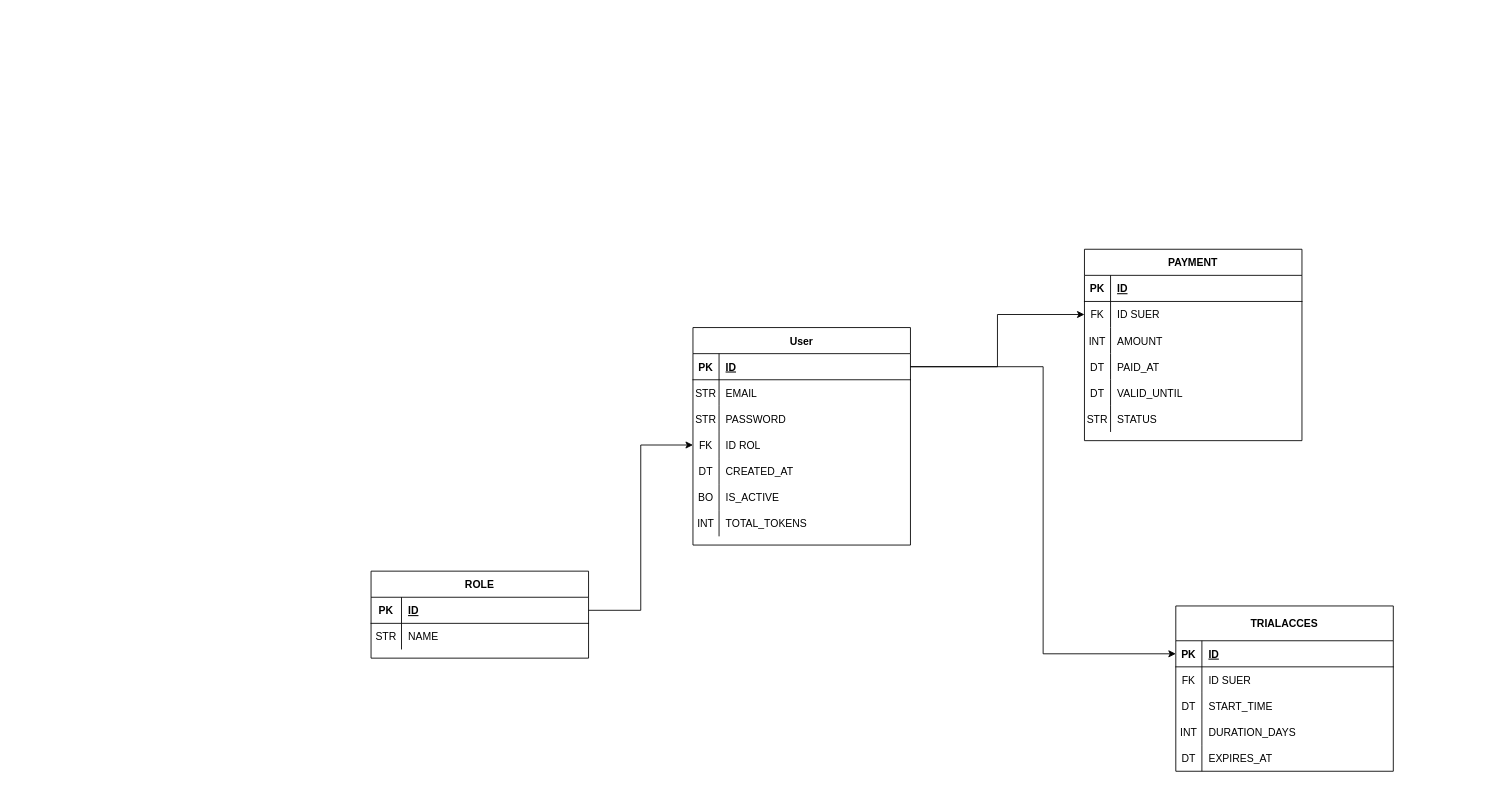
Earlier version of the draw.io diagram DB.drawio (info-iactiva/next-gac-content-plataform). Source tidied: cells renumbered, new cells numbered last; positions are measured from the earlier drawing's top-left corner, leaving out a move shared by most shapes. Both pictures are drawn from the tidied source at 87%, with x=0, y=0 at pixel (371, 249).
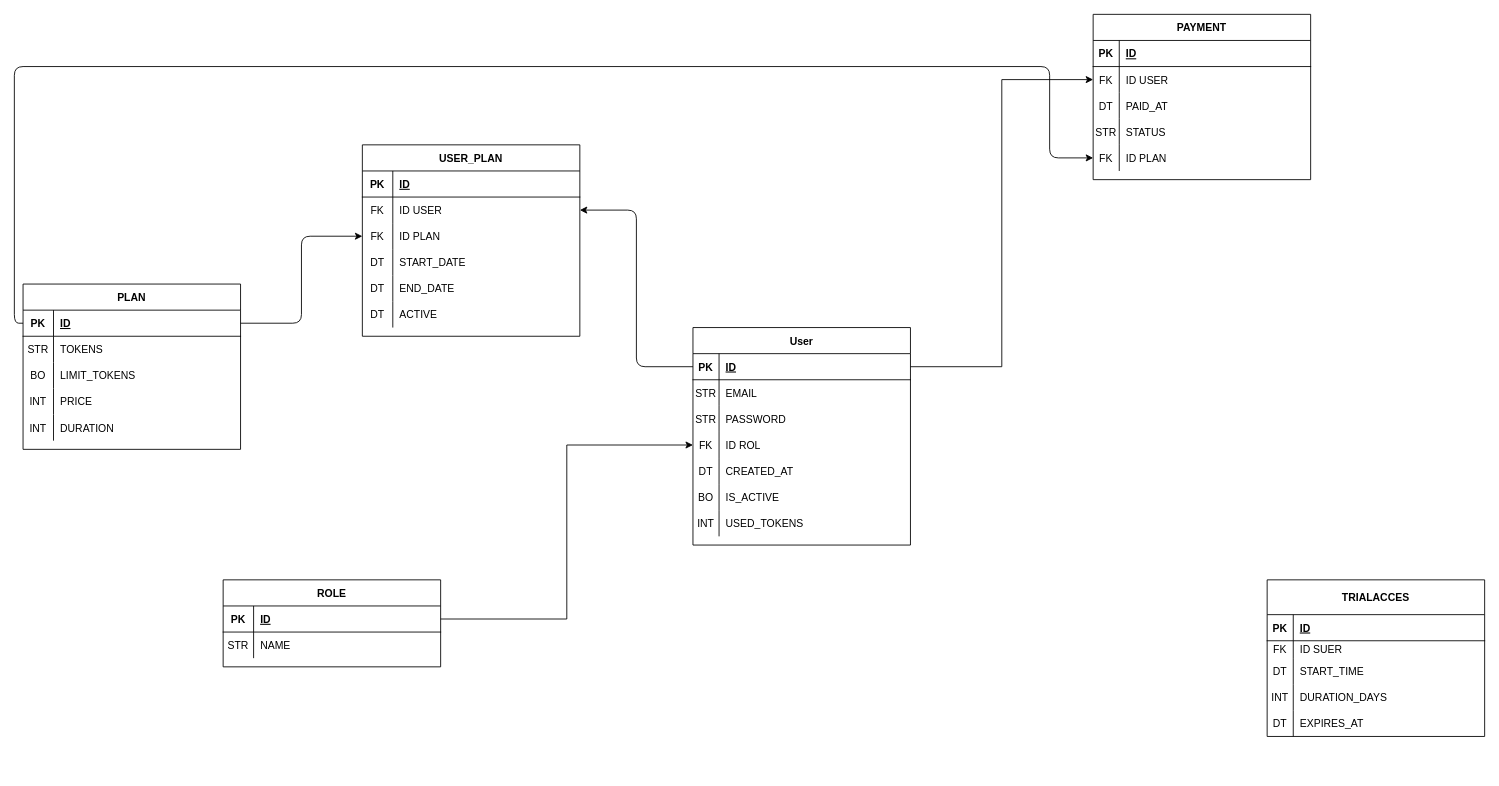
Above is the later version.

The change refers to these unchanged cells:
```xml
<mxCell id="13" style="shape=partialRectangle;fillColor=none;points=[[0,0.5],[1,0.5]];portConstraint=eastwest;top=0;left=0;right=0;bottom=0;" parent="9" vertex="1">
  <mxGeometry y="60" width="250" height="30" as="geometry" />
</mxCell>
<mxCell id="29" style="shape=partialRectangle;fillColor=none;points=[[0,0.5],[1,0.5]];portConstraint=eastwest;top=0;left=0;right=0;bottom=1;" parent="28" vertex="1">
  <mxGeometry y="30" width="250" height="30" as="geometry" />
</mxCell>
<mxCell id="47" style="shape=partialRectangle;fillColor=none;top=0;left=0;right=0;bottom=0;" parent="28" vertex="1">
  <mxGeometry y="210" width="250" height="30" as="geometry" />
</mxCell>
<mxCell id="51" style="shape=partialRectangle;fillColor=none;points=[[0,0.5],[1,0.5]];portConstraint=eastwest;top=0;left=0;right=0;bottom=1;" parent="50" vertex="1">
  <mxGeometry y="40" width="250" height="30" as="geometry" />
</mxCell>
```

Change to the diagram source:
```diff
@@
     <mxCell id="2" value="ROLE" style="shape=table;startSize=30;childLayout=tableLayout;rowLines=0;fontStyle=1;align=center;" parent="1" vertex="1">
-      <mxGeometry y="370" width="250" height="100" as="geometry" />
+      <mxGeometry x="-170" y="380" width="250" height="100" as="geometry" />
     </mxCell>
@@
     <mxCell id="9" value="PAYMENT" style="shape=table;startSize=30;childLayout=tableLayout;rowLines=0;fontStyle=1;align=center;" parent="1" vertex="1">
-      <mxGeometry x="820" width="250" height="220" as="geometry" />
+      <mxGeometry x="830" y="-270" width="250" height="190" as="geometry" />
     </mxCell>
@@
-    <mxCell id="15" value="ID SUER" style="shape=partialRectangle;overflow=hidden;fillColor=none;top=0;left=0;bottom=0;right=0;align=left;spacingLeft=6;" parent="13" vertex="1">
+    <mxCell id="15" value="ID USER" style="shape=partialRectangle;overflow=hidden;fillColor=none;top=0;left=0;bottom=0;right=0;align=left;spacingLeft=6;" parent="13" vertex="1">
       <mxGeometry x="30" width="220" height="30" as="geometry" />
     </mxCell>
-    <mxCell id="16" style="shape=partialRectangle;fillColor=none;top=0;left=0;right=0;bottom=0;" parent="9" vertex="1">
-      <mxGeometry y="90" width="250" height="30" as="geometry" />
-    </mxCell>
-    <mxCell id="17" value="INT" style="shape=partialRectangle;overflow=hidden;fillColor=none;top=0;left=0;bottom=0;right=0;" parent="16" vertex="1">
-      <mxGeometry width="30" height="30" as="geometry" />
-    </mxCell>
-    <mxCell id="18" value="AMOUNT" style="shape=partialRectangle;overflow=hidden;fillColor=none;top=0;left=0;bottom=0;right=0;align=left;spacingLeft=6;" parent="16" vertex="1">
-      <mxGeometry x="30" width="220" height="30" as="geometry" />
-    </mxCell>
     <mxCell id="19" style="shape=partialRectangle;fillColor=none;top=0;left=0;right=0;bottom=0;" parent="9" vertex="1">
-      <mxGeometry y="120" width="250" height="30" as="geometry" />
+      <mxGeometry y="90" width="250" height="30" as="geometry" />
     </mxCell>
@@
-    <mxCell id="22" style="shape=partialRectangle;fillColor=none;top=0;left=0;right=0;bottom=0;" parent="9" vertex="1">
-      <mxGeometry y="150" width="250" height="30" as="geometry" />
-    </mxCell>
-    <mxCell id="23" value="DT" style="shape=partialRectangle;overflow=hidden;fillColor=none;top=0;left=0;bottom=0;right=0;" parent="22" vertex="1">
-      <mxGeometry width="30" height="30" as="geometry" />
-    </mxCell>
-    <mxCell id="24" value="VALID_UNTIL" style="shape=partialRectangle;overflow=hidden;fillColor=none;top=0;left=0;bottom=0;right=0;align=left;spacingLeft=6;" parent="22" vertex="1">
-      <mxGeometry x="30" width="220" height="30" as="geometry" />
-    </mxCell>
     <mxCell id="25" style="shape=partialRectangle;fillColor=none;top=0;left=0;right=0;bottom=0;" parent="9" vertex="1">
-      <mxGeometry y="180" width="250" height="30" as="geometry" />
+      <mxGeometry y="120" width="250" height="30" as="geometry" />
     </mxCell>
@@
+    <mxCell id="69" style="shape=partialRectangle;fillColor=none;points=[[0,0.5],[1,0.5]];portConstraint=eastwest;top=0;left=0;right=0;bottom=0;" parent="9" vertex="1">
+      <mxGeometry y="150" width="250" height="30" as="geometry" />
+    </mxCell>
+    <mxCell id="70" value="FK" style="shape=partialRectangle;overflow=hidden;fillColor=none;top=0;left=0;bottom=0;right=0;" parent="69" vertex="1">
+      <mxGeometry width="30" height="30" as="geometry" />
+    </mxCell>
+    <mxCell id="71" value="ID PLAN" style="shape=partialRectangle;overflow=hidden;fillColor=none;top=0;left=0;bottom=0;right=0;align=left;spacingLeft=6;" parent="69" vertex="1">
+      <mxGeometry x="30" width="220" height="30" as="geometry" />
+    </mxCell>
@@
-    <mxCell id="49" value="TOTAL_TOKENS" style="shape=partialRectangle;overflow=hidden;fillColor=none;top=0;left=0;bottom=0;right=0;align=left;spacingLeft=6;" parent="47" vertex="1">
+    <mxCell id="49" value="USED_TOKENS" style="shape=partialRectangle;overflow=hidden;fillColor=none;top=0;left=0;bottom=0;right=0;align=left;spacingLeft=6;" parent="47" vertex="1">
       <mxGeometry x="30" width="220" height="30" as="geometry" />
     </mxCell>
     <mxCell id="50" value="TRIALACCES" style="shape=table;startSize=40;childLayout=tableLayout;rowLines=0;fontStyle=1;align=center;" parent="1" vertex="1">
-      <mxGeometry x="925" y="410" width="250" height="190" as="geometry" />
+      <mxGeometry x="1030" y="380" width="250" height="180" as="geometry" />
     </mxCell>
@@
     <mxCell id="54" style="shape=partialRectangle;fillColor=none;top=0;left=0;right=0;bottom=0;" parent="50" vertex="1">
-      <mxGeometry y="70" width="250" height="30" as="geometry" />
+      <mxGeometry y="70" width="250" height="20" as="geometry" />
     </mxCell>
     <mxCell id="55" value="FK" style="shape=partialRectangle;overflow=hidden;fillColor=none;top=0;left=0;bottom=0;right=0;" parent="54" vertex="1">
-      <mxGeometry width="30" height="30" as="geometry" />
+      <mxGeometry width="30" height="20" as="geometry" />
     </mxCell>
     <mxCell id="56" value="ID SUER" style="shape=partialRectangle;overflow=hidden;fillColor=none;top=0;left=0;bottom=0;right=0;align=left;spacingLeft=6;" parent="54" vertex="1">
-      <mxGeometry x="30" width="220" height="30" as="geometry" />
+      <mxGeometry x="30" width="220" height="20" as="geometry" />
     </mxCell>
     <mxCell id="57" style="shape=partialRectangle;fillColor=none;top=0;left=0;right=0;bottom=0;" parent="50" vertex="1">
-      <mxGeometry y="100" width="250" height="30" as="geometry" />
+      <mxGeometry y="90" width="250" height="30" as="geometry" />
     </mxCell>
@@
     <mxCell id="60" style="shape=partialRectangle;fillColor=none;top=0;left=0;right=0;bottom=0;" parent="50" vertex="1">
-      <mxGeometry y="130" width="250" height="30" as="geometry" />
+      <mxGeometry y="120" width="250" height="30" as="geometry" />
     </mxCell>
@@
     <mxCell id="63" style="shape=partialRectangle;fillColor=none;top=0;left=0;right=0;bottom=0;" parent="50" vertex="1">
-      <mxGeometry y="160" width="250" height="30" as="geometry" />
+      <mxGeometry y="150" width="250" height="30" as="geometry" />
     </mxCell>
@@
-    <mxCell id="67" style="edgeStyle=orthogonalEdgeStyle;rounded=0;jettySize=auto;html=1;exitX=1;exitY=0.5;exitDx=0;exitDy=0;entryX=0;entryY=0.5;entryDx=0;entryDy=0;" parent="1" edge="1" source="29" target="51">
-      <mxGeometry relative="1" as="geometry" />
-    </mxCell>
@@
+    <mxCell id="72" value="PLAN" style="shape=table;startSize=30;childLayout=tableLayout;rowLines=0;fontStyle=1;align=center;" parent="1" vertex="1">
+      <mxGeometry x="-400" y="40" width="250" height="190" as="geometry" />
+    </mxCell>
+    <mxCell id="73" style="shape=partialRectangle;fillColor=none;points=[[0,0.5],[1,0.5]];portConstraint=eastwest;top=0;left=0;right=0;bottom=1;" parent="72" vertex="1">
+      <mxGeometry y="30" width="250" height="30" as="geometry" />
+    </mxCell>
+    <mxCell id="74" value="PK" style="shape=partialRectangle;overflow=hidden;fillColor=none;top=0;left=0;bottom=0;right=0;fontStyle=1;" parent="73" vertex="1">
+      <mxGeometry width="35" height="30" as="geometry" />
+    </mxCell>
+    <mxCell id="75" value="ID" style="shape=partialRectangle;overflow=hidden;fillColor=none;top=0;left=0;bottom=0;right=0;align=left;spacingLeft=6;fontStyle=5;" parent="73" vertex="1">
+      <mxGeometry x="35" width="215" height="30" as="geometry" />
+    </mxCell>
+    <mxCell id="76" style="shape=partialRectangle;fillColor=none;top=0;left=0;right=0;bottom=0;" parent="72" vertex="1">
+      <mxGeometry y="60" width="250" height="30" as="geometry" />
+    </mxCell>
+    <mxCell id="77" value="STR" style="shape=partialRectangle;overflow=hidden;fillColor=none;top=0;left=0;bottom=0;right=0;" parent="76" vertex="1">
+      <mxGeometry width="35" height="30" as="geometry" />
+    </mxCell>
+    <mxCell id="78" value="TOKENS" style="shape=partialRectangle;overflow=hidden;fillColor=none;top=0;left=0;bottom=0;right=0;align=left;spacingLeft=6;" parent="76" vertex="1">
+      <mxGeometry x="35" width="215" height="30" as="geometry" />
+    </mxCell>
+    <mxCell id="79" style="shape=partialRectangle;fillColor=none;top=0;left=0;right=0;bottom=0;" parent="72" vertex="1">
+      <mxGeometry y="90" width="250" height="30" as="geometry" />
+    </mxCell>
+    <mxCell id="80" value="BO" style="shape=partialRectangle;overflow=hidden;fillColor=none;top=0;left=0;bottom=0;right=0;" parent="79" vertex="1">
+      <mxGeometry width="35" height="30" as="geometry" />
+    </mxCell>
+    <mxCell id="81" value="LIMIT_TOKENS" style="shape=partialRectangle;overflow=hidden;fillColor=none;top=0;left=0;bottom=0;right=0;align=left;spacingLeft=6;" parent="79" vertex="1">
+      <mxGeometry x="35" width="215" height="30" as="geometry" />
+    </mxCell>
+    <mxCell id="82" style="shape=partialRectangle;fillColor=none;top=0;left=0;right=0;bottom=0;" parent="72" vertex="1">
+      <mxGeometry y="120" width="250" height="30" as="geometry" />
+    </mxCell>
+    <mxCell id="83" value="INT" style="shape=partialRectangle;overflow=hidden;fillColor=none;top=0;left=0;bottom=0;right=0;" parent="82" vertex="1">
+      <mxGeometry width="35" height="30" as="geometry" />
+    </mxCell>
+    <mxCell id="84" value="PRICE" style="shape=partialRectangle;overflow=hidden;fillColor=none;top=0;left=0;bottom=0;right=0;align=left;spacingLeft=6;" parent="82" vertex="1">
+      <mxGeometry x="35" width="215" height="30" as="geometry" />
+    </mxCell>
+    <mxCell id="85" style="shape=partialRectangle;fillColor=none;top=0;left=0;right=0;bottom=0;" parent="72" vertex="1">
+      <mxGeometry y="150" width="250" height="30" as="geometry" />
+    </mxCell>
+    <mxCell id="86" value="INT" style="shape=partialRectangle;overflow=hidden;fillColor=none;top=0;left=0;bottom=0;right=0;" parent="85" vertex="1">
+      <mxGeometry width="35" height="30" as="geometry" />
+    </mxCell>
+    <mxCell id="87" value="DURATION" style="shape=partialRectangle;overflow=hidden;fillColor=none;top=0;left=0;bottom=0;right=0;align=left;spacingLeft=6;" parent="85" vertex="1">
+      <mxGeometry x="35" width="215" height="30" as="geometry" />
+    </mxCell>
+    <mxCell id="88" value="USER_PLAN" style="shape=table;startSize=30;childLayout=tableLayout;rowLines=0;fontStyle=1;align=center;" parent="1" vertex="1">
+      <mxGeometry x="-10" y="-120" width="250" height="220" as="geometry" />
+    </mxCell>
+    <mxCell id="89" style="shape=partialRectangle;fillColor=none;top=0;left=0;right=0;bottom=1;" parent="88" vertex="1">
+      <mxGeometry y="30" width="250" height="30" as="geometry" />
+    </mxCell>
+    <mxCell id="90" value="PK" style="shape=partialRectangle;overflow=hidden;fillColor=none;top=0;left=0;bottom=0;right=0;fontStyle=1;" parent="89" vertex="1">
+      <mxGeometry width="35" height="30" as="geometry" />
+    </mxCell>
+    <mxCell id="91" value="ID" style="shape=partialRectangle;overflow=hidden;fillColor=none;top=0;left=0;bottom=0;right=0;align=left;spacingLeft=6;fontStyle=5;" parent="89" vertex="1">
+      <mxGeometry x="35" width="215" height="30" as="geometry" />
+    </mxCell>
+    <mxCell id="92" style="shape=partialRectangle;fillColor=none;points=[[0,0.5],[1,0.5]];portConstraint=eastwest;top=0;left=0;right=0;bottom=0;" parent="88" vertex="1">
+      <mxGeometry y="60" width="250" height="30" as="geometry" />
+    </mxCell>
+    <mxCell id="93" value="FK" style="shape=partialRectangle;overflow=hidden;fillColor=none;top=0;left=0;bottom=0;right=0;" parent="92" vertex="1">
+      <mxGeometry width="35" height="30" as="geometry" />
+    </mxCell>
+    <mxCell id="94" value="ID USER" style="shape=partialRectangle;overflow=hidden;fillColor=none;top=0;left=0;bottom=0;right=0;align=left;spacingLeft=6;" parent="92" vertex="1">
+      <mxGeometry x="35" width="215" height="30" as="geometry" />
+    </mxCell>
+    <mxCell id="95" style="shape=partialRectangle;fillColor=none;points=[[0,0.5],[1,0.5]];portConstraint=eastwest;top=0;left=0;right=0;bottom=0;" parent="88" vertex="1">
+      <mxGeometry y="90" width="250" height="30" as="geometry" />
+    </mxCell>
+    <mxCell id="96" value="FK" style="shape=partialRectangle;overflow=hidden;fillColor=none;top=0;left=0;bottom=0;right=0;" parent="95" vertex="1">
+      <mxGeometry width="35" height="30" as="geometry" />
+    </mxCell>
+    <mxCell id="97" value="ID PLAN" style="shape=partialRectangle;overflow=hidden;fillColor=none;top=0;left=0;bottom=0;right=0;align=left;spacingLeft=6;" parent="95" vertex="1">
+      <mxGeometry x="35" width="215" height="30" as="geometry" />
+    </mxCell>
+    <mxCell id="98" style="shape=partialRectangle;fillColor=none;top=0;left=0;right=0;bottom=0;" parent="88" vertex="1">
+      <mxGeometry y="120" width="250" height="30" as="geometry" />
+    </mxCell>
+    <mxCell id="99" value="DT" style="shape=partialRectangle;overflow=hidden;fillColor=none;top=0;left=0;bottom=0;right=0;" parent="98" vertex="1">
+      <mxGeometry width="35" height="30" as="geometry" />
+    </mxCell>
+    <mxCell id="100" value="START_DATE" style="shape=partialRectangle;overflow=hidden;fillColor=none;top=0;left=0;bottom=0;right=0;align=left;spacingLeft=6;" parent="98" vertex="1">
+      <mxGeometry x="35" width="215" height="30" as="geometry" />
+    </mxCell>
+    <mxCell id="101" style="shape=partialRectangle;fillColor=none;top=0;left=0;right=0;bottom=0;" parent="88" vertex="1">
+      <mxGeometry y="150" width="250" height="30" as="geometry" />
+    </mxCell>
+    <mxCell id="102" value="DT" style="shape=partialRectangle;overflow=hidden;fillColor=none;top=0;left=0;bottom=0;right=0;" parent="101" vertex="1">
+      <mxGeometry width="35" height="30" as="geometry" />
+    </mxCell>
+    <mxCell id="103" value="END_DATE" style="shape=partialRectangle;overflow=hidden;fillColor=none;top=0;left=0;bottom=0;right=0;align=left;spacingLeft=6;" parent="101" vertex="1">
+      <mxGeometry x="35" width="215" height="30" as="geometry" />
+    </mxCell>
+    <mxCell id="104" style="shape=partialRectangle;fillColor=none;top=0;left=0;right=0;bottom=0;" parent="88" vertex="1">
+      <mxGeometry y="180" width="250" height="30" as="geometry" />
+    </mxCell>
+    <mxCell id="105" value="DT" style="shape=partialRectangle;overflow=hidden;fillColor=none;top=0;left=0;bottom=0;right=0;" parent="104" vertex="1">
+      <mxGeometry width="35" height="30" as="geometry" />
+    </mxCell>
+    <mxCell id="106" value="ACTIVE" style="shape=partialRectangle;overflow=hidden;fillColor=none;top=0;left=0;bottom=0;right=0;align=left;spacingLeft=6;" parent="104" vertex="1">
+      <mxGeometry x="35" width="215" height="30" as="geometry" />
+    </mxCell>
+    <mxCell id="107" style="edgeStyle=orthogonalEdgeStyle;html=1;exitX=0;exitY=0.5;exitDx=0;exitDy=0;entryX=1;entryY=0.5;entryDx=0;entryDy=0;" parent="1" edge="1" source="29" target="92">
+      <mxGeometry relative="1" as="geometry" />
+    </mxCell>
+    <mxCell id="108" style="edgeStyle=orthogonalEdgeStyle;html=1;exitX=1;exitY=0.5;exitDx=0;exitDy=0;entryX=0;entryY=0.5;entryDx=0;entryDy=0;" parent="1" edge="1" source="73" target="95">
+      <mxGeometry relative="1" as="geometry" />
+    </mxCell>
+    <mxCell id="109" style="edgeStyle=orthogonalEdgeStyle;html=1;exitX=0;exitY=0.5;exitDx=0;exitDy=0;entryX=0;entryY=0.5;entryDx=0;entryDy=0;" parent="1" edge="1" source="73" target="69">
+      <mxGeometry relative="1" as="geometry">
+        <Array as="points">
+          <mxPoint x="-410" y="85" />
+          <mxPoint x="-410" y="-210" />
+          <mxPoint x="780" y="-210" />
+          <mxPoint x="780" y="-105" />
+        </Array>
+      </mxGeometry>
+    </mxCell>
```
